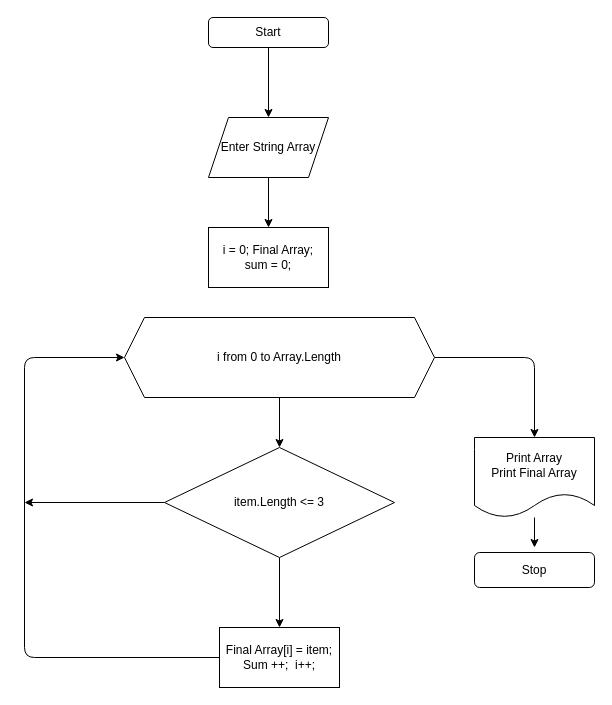
This is Task_100.drawio from Mike-P63/CSharp_Seminar, a draw.io file, before an edit. Source tidied: cells renumbered, new cells numbered last; positions are measured from the earlier drawing's top-left corner, leaving out a move shared by most shapes. Both pictures are drawn from the tidied source at 100%, with x=0, y=0 at pixel (24, 17).
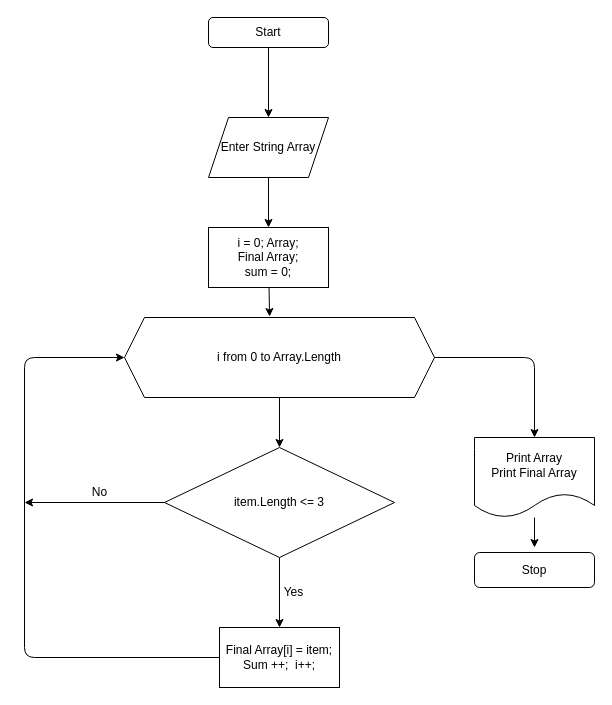
The same page after the edit.

Commit message:
Added Scheme of implementation Task 100

The change refers to these unchanged cells:
```xml
<mxCell id="9" value="i from 0 to Array.Length" style="shape=hexagon;perimeter=hexagonPerimeter2;whiteSpace=wrap;html=1;fixedSize=1;" parent="1" vertex="1">
  <mxGeometry x="100" y="300" width="310" height="80" as="geometry" />
</mxCell>
```

What changed in the source:
```diff
@@
+    <mxCell id="18" style="edgeStyle=none;html=1;entryX=0.468;entryY=-0.012;entryDx=0;entryDy=0;entryPerimeter=0;" parent="1" edge="1" source="6" target="9">
+      <mxGeometry relative="1" as="geometry" />
+    </mxCell>
-    <mxCell id="6" value="i = 0; Final Array;&lt;br&gt;sum = 0;" style="rounded=0;whiteSpace=wrap;html=1;" parent="1" vertex="1">
+    <mxCell id="6" value="i = 0; Array; &lt;br&gt;Final Array;&lt;br&gt;sum = 0;" style="rounded=0;whiteSpace=wrap;html=1;" parent="1" vertex="1">
       <mxGeometry x="184" y="210" width="120" height="60" as="geometry" />
     </mxCell>
@@
+    <mxCell id="19" value="Yes" style="text;html=1;align=center;verticalAlign=middle;strokeColor=none;fillColor=none;" parent="1" vertex="1">
+      <mxGeometry x="249" y="560" width="40" height="30" as="geometry" />
+    </mxCell>
+    <mxCell id="20" value="No" style="text;html=1;align=center;verticalAlign=middle;strokeColor=none;fillColor=none;" parent="1" vertex="1">
+      <mxGeometry x="55" y="460" width="40" height="30" as="geometry" />
+    </mxCell>
```
